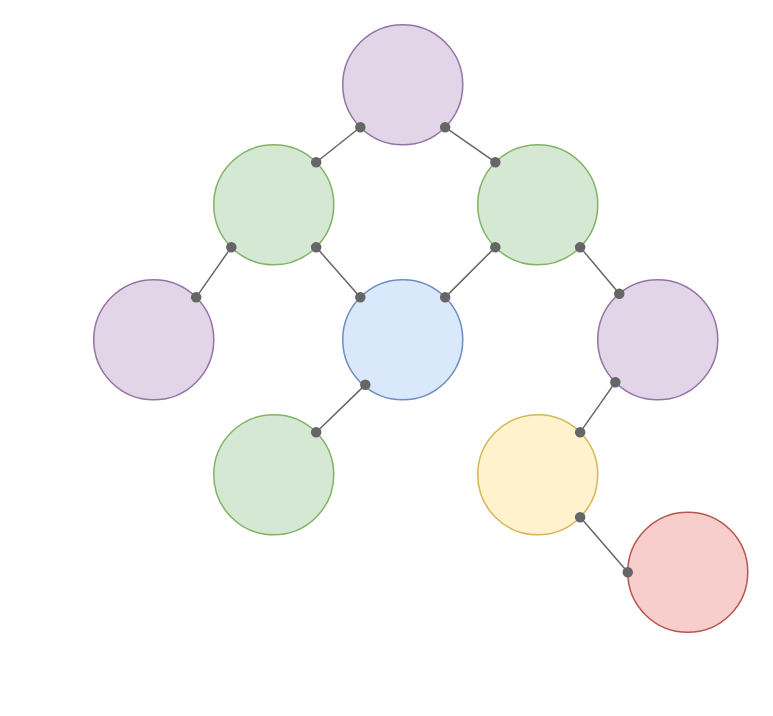
Above: diagrams/scuttlebutt.drawio in scuttlebutt-rust/design (draw.io), before the change. Source tidied: cells renumbered, new cells numbered last; positions are measured from the earlier drawing's top-left corner, leaving out a move shared by most shapes. Both pictures are drawn from the tidied source at 150%, with x=0, y=0 at pixel (93, 24).
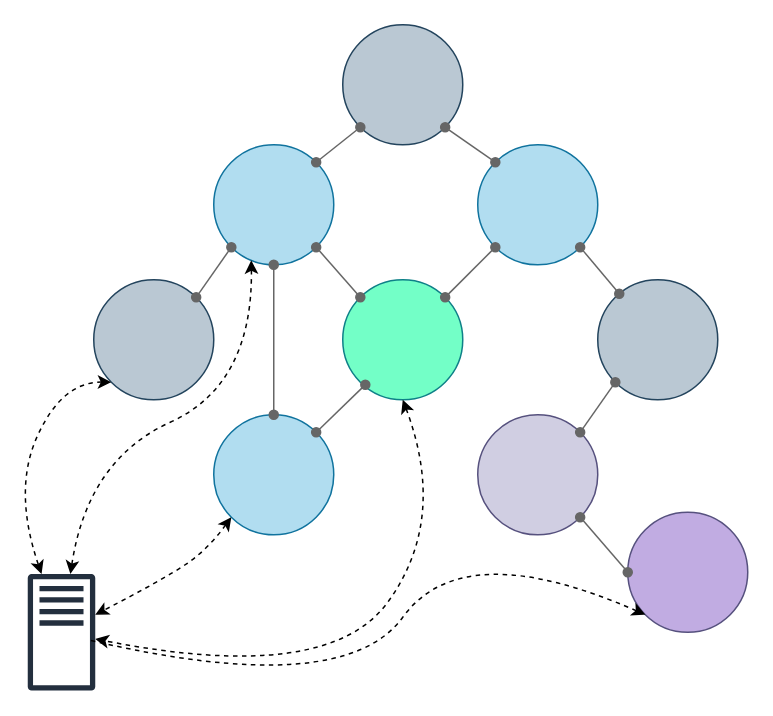
After the change.

The edit, as a diff of the source:
```diff
@@
-    <mxCell id="2" style="ellipse;whiteSpace=wrap;html=1;fillColor=#dae8fc;strokeColor=#6c8ebf;" parent="1" vertex="1">
+    <mxCell id="2" style="ellipse;whiteSpace=wrap;html=1;fillColor=#73FFC7;strokeColor=#0e8088;" parent="1" vertex="1">
       <mxGeometry x="166" y="170" width="80" height="80" as="geometry" />
     </mxCell>
-    <mxCell id="3" style="ellipse;whiteSpace=wrap;html=1;fillColor=#d5e8d4;strokeColor=#82b366;" parent="1" vertex="1">
+    <mxCell id="3" style="ellipse;whiteSpace=wrap;html=1;fillColor=#b1ddf0;strokeColor=#10739e;" parent="1" vertex="1">
       <mxGeometry x="80" y="80" width="80" height="80" as="geometry" />
     </mxCell>
-    <mxCell id="4" style="ellipse;whiteSpace=wrap;html=1;fillColor=#d5e8d4;strokeColor=#82b366;" parent="1" vertex="1">
+    <mxCell id="4" style="ellipse;whiteSpace=wrap;html=1;fillColor=#b1ddf0;strokeColor=#10739e;" parent="1" vertex="1">
       <mxGeometry x="256" y="80" width="80" height="80" as="geometry" />
     </mxCell>
-    <mxCell id="5" style="ellipse;whiteSpace=wrap;html=1;fillColor=#d5e8d4;strokeColor=#82b366;" parent="1" vertex="1">
+    <mxCell id="5" style="ellipse;whiteSpace=wrap;html=1;fillColor=#b1ddf0;strokeColor=#10739e;" parent="1" vertex="1">
       <mxGeometry x="80" y="260" width="80" height="80" as="geometry" />
     </mxCell>
-    <mxCell id="6" style="ellipse;whiteSpace=wrap;html=1;fillColor=#fff2cc;strokeColor=#d6b656;" parent="1" vertex="1">
+    <mxCell id="6" style="ellipse;whiteSpace=wrap;html=1;fillColor=#d0cee2;strokeColor=#56517e;" parent="1" vertex="1">
       <mxGeometry x="256" y="260" width="80" height="80" as="geometry" />
     </mxCell>
-    <mxCell id="7" style="ellipse;whiteSpace=wrap;html=1;fillColor=#e1d5e7;strokeColor=#9673a6;" parent="1" vertex="1">
+    <mxCell id="7" style="ellipse;whiteSpace=wrap;html=1;fillColor=#bac8d3;strokeColor=#23445d;" parent="1" vertex="1">
       <mxGeometry y="170" width="80" height="80" as="geometry" />
     </mxCell>
-    <mxCell id="8" style="ellipse;whiteSpace=wrap;html=1;fillColor=#e1d5e7;strokeColor=#9673a6;" parent="1" vertex="1">
+    <mxCell id="8" style="ellipse;whiteSpace=wrap;html=1;fillColor=#bac8d3;strokeColor=#23445d;" parent="1" vertex="1">
       <mxGeometry x="336" y="170" width="80" height="80" as="geometry" />
     </mxCell>
-    <mxCell id="9" style="ellipse;whiteSpace=wrap;html=1;fillColor=#e1d5e7;strokeColor=#9673a6;" parent="1" vertex="1">
+    <mxCell id="9" style="ellipse;whiteSpace=wrap;html=1;fillColor=#bac8d3;strokeColor=#23445d;" parent="1" vertex="1">
       <mxGeometry x="166" width="80" height="80" as="geometry" />
     </mxCell>
-    <mxCell id="10" style="ellipse;whiteSpace=wrap;html=1;fillColor=#f8cecc;strokeColor=#b85450;" parent="1" vertex="1">
+    <mxCell id="10" style="ellipse;whiteSpace=wrap;html=1;fillColor=#C1ACE2;strokeColor=#56517e;" parent="1" vertex="1">
       <mxGeometry x="356" y="325" width="80" height="80" as="geometry" />
     </mxCell>
@@
+    <mxCell id="20" style="outlineConnect=0;dashed=0;verticalLabelPosition=bottom;verticalAlign=top;align=center;html=1;fontSize=12;fontStyle=0;shape=mxgraph.aws4.traditional_server;fillColor=#232F3E;strokeColor=none;fontColor=#ffffff;" parent="1" vertex="1">
+      <mxGeometry x="-44" y="366" width="45" height="78" as="geometry" />
+    </mxCell>
+    <mxCell id="21" style="curved=1;endArrow=classic;html=1;exitX=0.5;exitY=1;exitDx=0;exitDy=0;dashed=1;startArrow=classic;startFill=1;" parent="1" edge="1" source="2" target="20">
+      <mxGeometry relative="1" as="geometry">
+        <Array as="points">
+          <mxPoint x="236" y="330" />
+          <mxPoint x="156" y="440" />
+        </Array>
+      </mxGeometry>
+    </mxCell>
+    <mxCell id="22" style="curved=1;endArrow=classic;html=1;exitX=0;exitY=1;exitDx=0;exitDy=0;dashed=1;startArrow=classic;startFill=1;" parent="1" edge="1" source="7" target="20">
+      <mxGeometry relative="1" as="geometry">
+        <Array as="points">
+          <mxPoint x="-21" y="238" />
+          <mxPoint x="-54" y="310" />
+        </Array>
+      </mxGeometry>
+    </mxCell>
+    <mxCell id="23" style="curved=1;endArrow=none;html=1;exitX=0;exitY=1;exitDx=0;exitDy=0;dashed=1;startArrow=classic;startFill=1;endFill=0;" parent="1" edge="1" source="10">
+      <mxGeometry relative="1" as="geometry">
+        <mxPoint x="-4" y="410" as="targetPoint" />
+        <Array as="points">
+          <mxPoint x="246" y="340" />
+          <mxPoint x="166" y="450" />
+        </Array>
+      </mxGeometry>
+    </mxCell>
+    <mxCell id="24" style="curved=1;endArrow=classic;html=1;exitX=0.313;exitY=0.963;exitDx=0;exitDy=0;dashed=1;startArrow=classic;startFill=1;exitPerimeter=0;" parent="1" edge="1" source="3" target="20">
+      <mxGeometry relative="1" as="geometry">
+        <Array as="points">
+          <mxPoint x="106" y="240" />
+          <mxPoint x="-4" y="290" />
+        </Array>
+      </mxGeometry>
+    </mxCell>
+    <mxCell id="25" style="curved=1;endArrow=classic;html=1;dashed=1;exitX=0;exitY=1;exitDx=0;exitDy=0;startArrow=classic;startFill=1;" parent="1" edge="1" source="5" target="20">
+      <mxGeometry relative="1" as="geometry">
+        <Array as="points">
+          <mxPoint x="76" y="350" />
+          <mxPoint x="46" y="370" />
+        </Array>
+      </mxGeometry>
+    </mxCell>
+    <mxCell id="26" style="endArrow=oval;html=1;exitX=0.5;exitY=1;exitDx=0;exitDy=0;startArrow=oval;startFill=1;fillColor=#f5f5f5;strokeColor=#666666;endFill=1;" parent="1" edge="1" source="3" target="5">
+      <mxGeometry relative="1" as="geometry" />
+    </mxCell>
```
